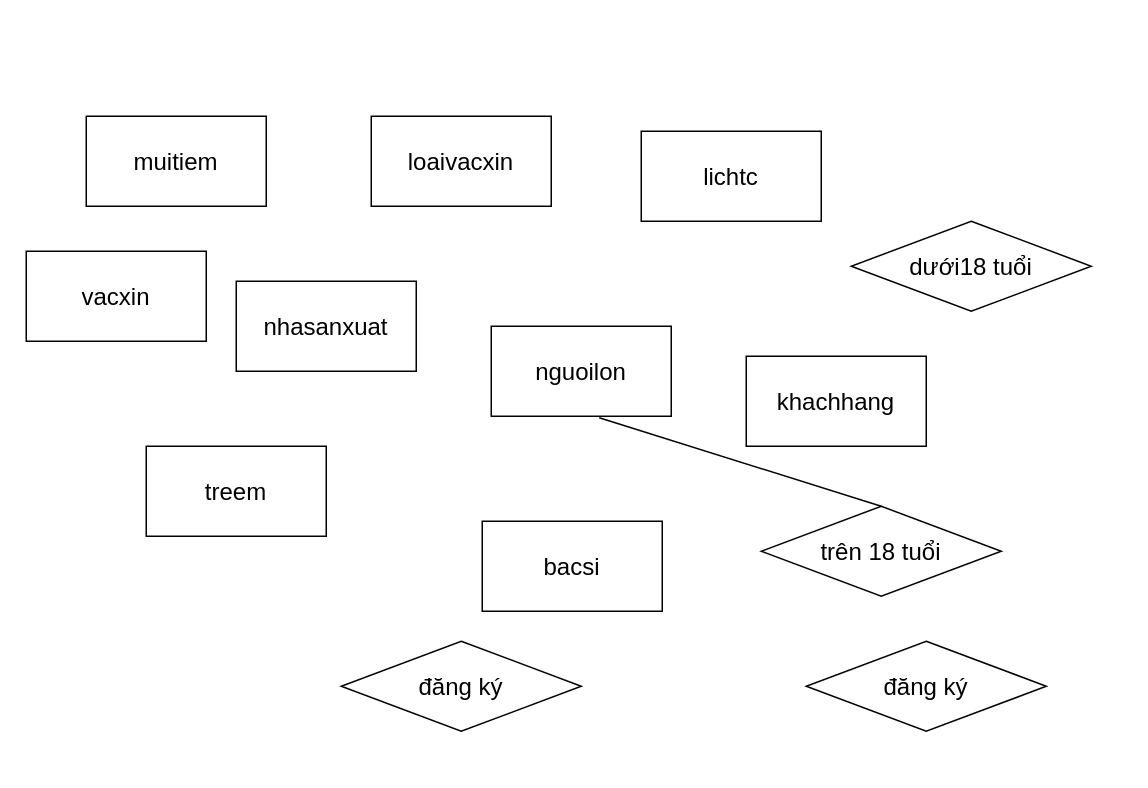
The draw.io diagram BT3/Untitled Diagram.drawio in diepAu13122001/LTWEB_EXERCISES, before the edit. Source tidied: cells renumbered, new cells numbered last; positions are measured from the earlier drawing's top-left corner, leaving out a move shared by most shapes. Both pictures are drawn from the tidied source at 150%, with x=0, y=0 at pixel (26, 116).
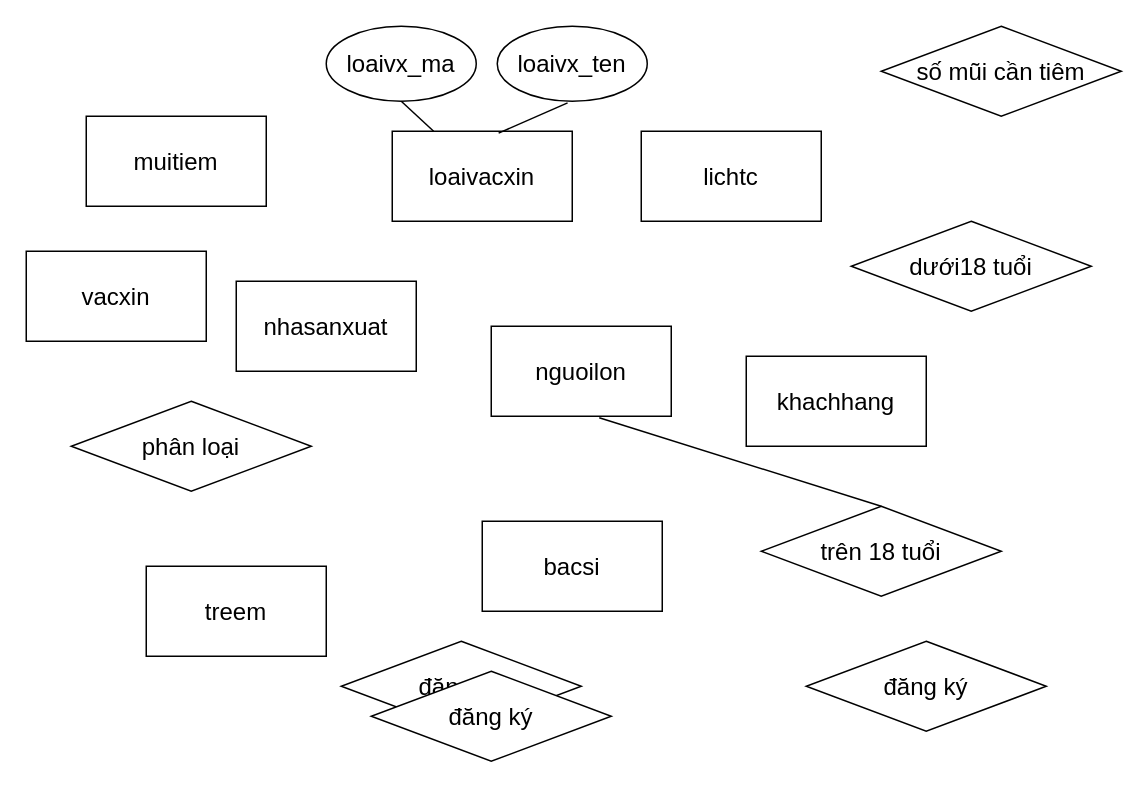
After the change.

What changed in the source:
```diff
@@
     <mxCell id="3" value="loaivacxin" style="rounded=0;whiteSpace=wrap;html=1;fontSize=16;" parent="1" vertex="1">
-      <mxGeometry x="230" width="120" height="60" as="geometry" />
+      <mxGeometry x="244" y="10" width="120" height="60" as="geometry" />
     </mxCell>
@@
     <mxCell id="6" value="treem" style="rounded=0;whiteSpace=wrap;html=1;fontSize=16;" parent="1" vertex="1">
-      <mxGeometry x="80" y="220" width="120" height="60" as="geometry" />
+      <mxGeometry x="80" y="300" width="120" height="60" as="geometry" />
     </mxCell>
@@
+    <mxCell id="16" value="phân loại" style="rhombus;whiteSpace=wrap;html=1;fontSize=16;" parent="1" vertex="1">
+      <mxGeometry x="30" y="190" width="160" height="60" as="geometry" />
+    </mxCell>
+    <mxCell id="17" value="đăng ký" style="rhombus;whiteSpace=wrap;html=1;fontSize=16;" parent="1" vertex="1">
+      <mxGeometry x="230" y="370" width="160" height="60" as="geometry" />
+    </mxCell>
+    <mxCell id="18" value="số mũi cần tiêm" style="rhombus;whiteSpace=wrap;html=1;fontSize=16;" parent="1" vertex="1">
+      <mxGeometry x="570" y="-60" width="160" height="60" as="geometry" />
+    </mxCell>
+    <mxCell id="19" value="loaivx_ma" style="ellipse;whiteSpace=wrap;html=1;fontSize=16;" parent="1" vertex="1">
+      <mxGeometry x="200" y="-60" width="100" height="50" as="geometry" />
+    </mxCell>
+    <mxCell id="20" value="loaivx_ten" style="ellipse;whiteSpace=wrap;html=1;fontSize=16;" parent="1" vertex="1">
+      <mxGeometry x="314" y="-60" width="100" height="50" as="geometry" />
+    </mxCell>
+    <mxCell id="21" style="endArrow=none;html=1;rounded=0;fontSize=16;entryX=0.591;entryY=0.021;entryDx=0;entryDy=0;entryPerimeter=0;exitX=0.469;exitY=1.022;exitDx=0;exitDy=0;exitPerimeter=0;" parent="1" edge="1" source="20" target="3">
+      <mxGeometry relative="1" as="geometry" />
+    </mxCell>
+    <mxCell id="22" style="endArrow=none;html=1;rounded=0;fontSize=16;entryX=0.5;entryY=1;entryDx=0;entryDy=0;" parent="1" edge="1" source="3" target="19">
+      <mxGeometry relative="1" as="geometry" />
+    </mxCell>
```
